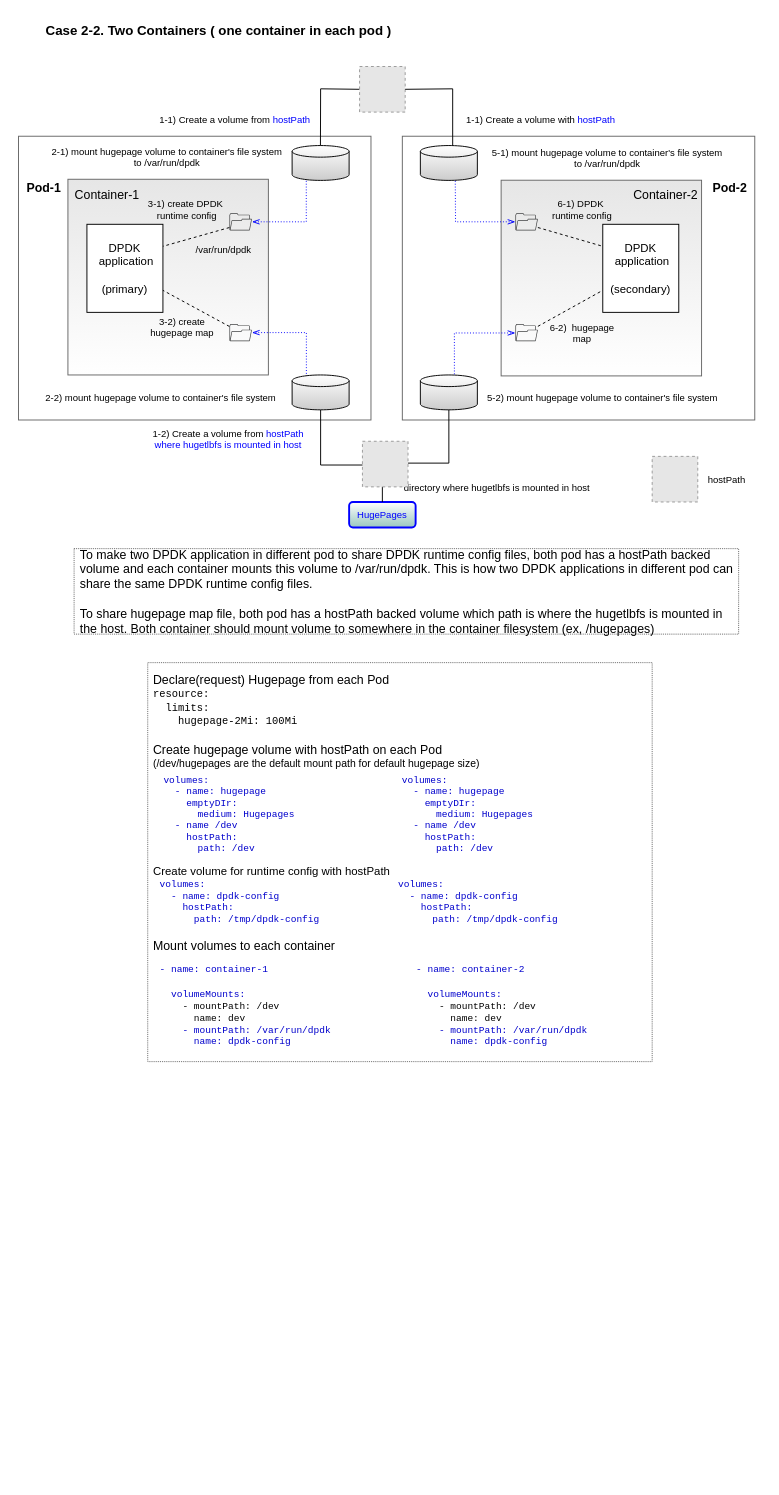
Earlier version of the draw.io diagram page "single container on each pod" (5 of 5) of dpdk multi-process.drawio (cychong47/how-to-share-hugepage-in-k8s). Source tidied: cells renumbered, new cells numbered last; positions are measured from the earlier drawing's top-left corner, leaving out a move shared by most shapes. Both pictures are drawn from the tidied source at 95%, with x=0, y=0 at pixel (18, 16). Pictures stored in the file or linked from it are replaced by grey dashed boxes.
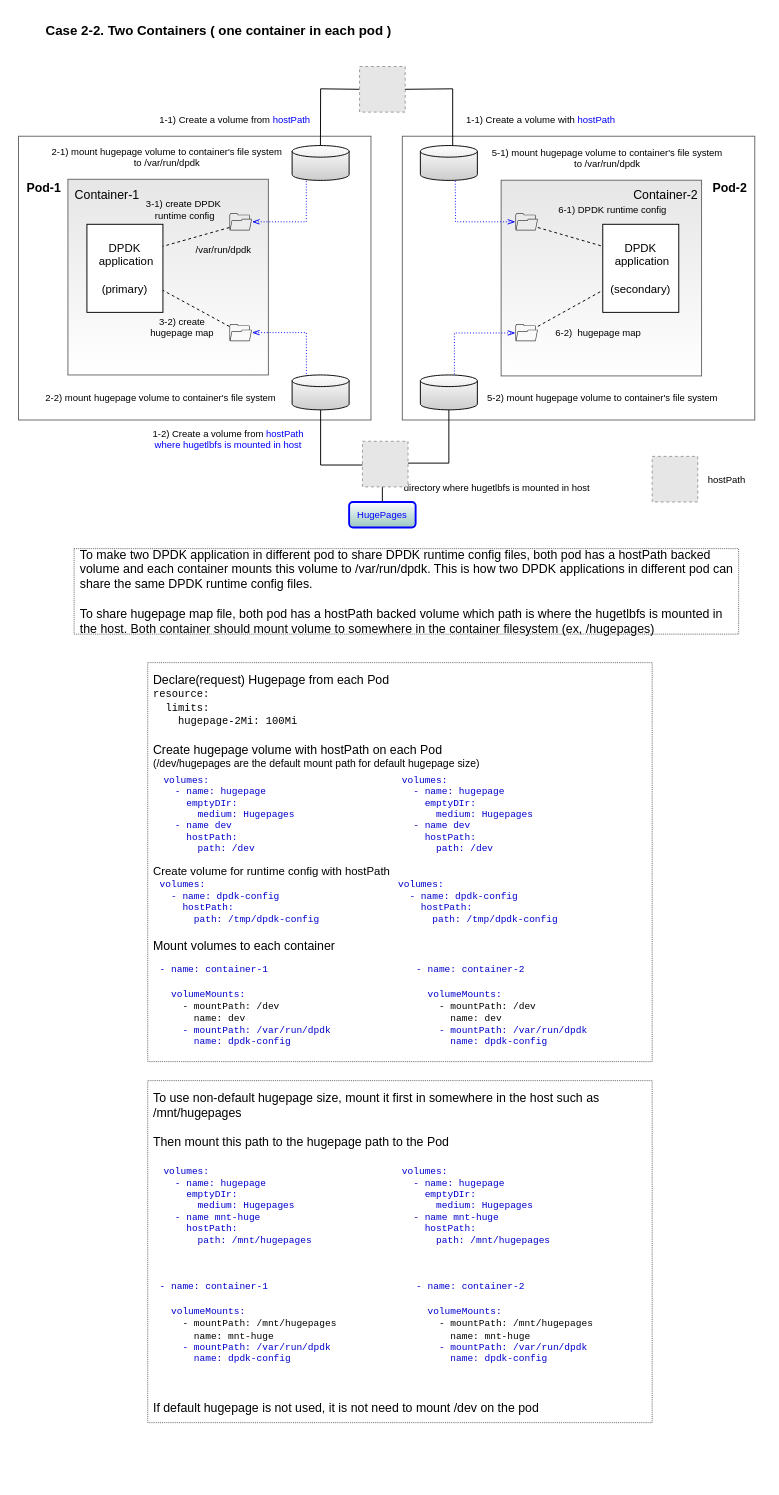
After the change.

Commit message (it also covers changes not shown here):
consider when non-default hugepage is used

The change refers to these unchanged cells:
```xml
<mxCell id="53" style="group;" parent="1" vertex="1">
  <mxGeometry x="136" y="680" width="531" height="420" as="geometry" />
</mxCell>
```

Change to the diagram source:
```diff
@@
-    <mxCell id="11" value="6-2) &amp;nbsp;hugepage&lt;br style=&quot;font-size: 10px&quot;&gt;map" style="text;html=1;strokeColor=none;fillColor=none;align=center;verticalAlign=middle;whiteSpace=wrap;rounded=0;fontColor=#000000;fontSize=10;" parent="1" vertex="1">
-      <mxGeometry x="553" y="317.2" width="81" height="30.9" as="geometry" />
+    <mxCell id="11" value="6-2) &amp;nbsp;hugepage&amp;nbsp;map" style="text;html=1;strokeColor=none;fillColor=none;align=center;verticalAlign=middle;whiteSpace=wrap;rounded=0;fontColor=#000000;fontSize=10;" parent="1" vertex="1">
+      <mxGeometry x="553" y="317.2" width="115" height="30.9" as="geometry" />
     </mxCell>
-    <mxCell id="12" value="6-1) DPDK&amp;nbsp;&lt;br style=&quot;font-size: 10px&quot;&gt;runtime&amp;nbsp;config" style="text;html=1;strokeColor=none;fillColor=none;align=center;verticalAlign=middle;whiteSpace=wrap;rounded=0;fontColor=#000000;fontSize=10;" parent="1" vertex="1">
-      <mxGeometry x="553" y="187.7" width="81" height="30.9" as="geometry" />
+    <mxCell id="12" value="6-1) DPDK runtime&amp;nbsp;config" style="text;html=1;strokeColor=none;fillColor=none;align=center;verticalAlign=middle;whiteSpace=wrap;rounded=0;fontColor=#000000;fontSize=10;" parent="1" vertex="1">
+      <mxGeometry x="553" y="187.7" width="145" height="30.9" as="geometry" />
     </mxCell>
@@
-    <mxCell id="14" value="3-1) create DPDK&amp;nbsp;&lt;br style=&quot;font-size: 10px&quot;&gt;runtime&amp;nbsp;config" style="text;html=1;strokeColor=none;fillColor=none;align=center;verticalAlign=middle;whiteSpace=wrap;rounded=0;fontSize=10;" parent="1" vertex="1">
-      <mxGeometry x="133" y="187.7" width="89" height="30.9" as="geometry" />
+    <mxCell id="14" value="3-1) create DPDK &amp;nbsp;runtime&amp;nbsp;config" style="text;html=1;strokeColor=none;fillColor=none;align=center;verticalAlign=middle;whiteSpace=wrap;rounded=0;fontSize=10;" parent="1" vertex="1">
+      <mxGeometry x="101.7" y="187.7" width="144" height="30.9" as="geometry" />
     </mxCell>
@@
-    <mxCell id="57" value="&lt;div style=&quot;font-style: normal ; font-weight: 400 ; letter-spacing: normal ; text-align: left ; text-indent: 0px ; text-transform: none ; word-spacing: 0px ; text-decoration: none ; font-size: 10px&quot;&gt;&lt;font color=&quot;#0000cc&quot;&gt;&lt;span&gt;volumes:&lt;/span&gt;&lt;/font&gt;&lt;/div&gt;&lt;div style=&quot;font-style: normal ; font-weight: 400 ; letter-spacing: normal ; text-align: left ; text-indent: 0px ; text-transform: none ; word-spacing: 0px ; text-decoration: none ; font-size: 10px&quot;&gt;&lt;font color=&quot;#0000cc&quot;&gt;&lt;span&gt;&amp;nbsp; - name: hugepage&lt;/span&gt;&lt;/font&gt;&lt;/div&gt;&lt;div style=&quot;font-style: normal ; font-weight: 400 ; letter-spacing: normal ; text-align: left ; text-indent: 0px ; text-transform: none ; word-spacing: 0px ; text-decoration: none ; font-size: 10px&quot;&gt;&lt;font color=&quot;#0000cc&quot;&gt;&lt;span&gt;&amp;nbsp; &amp;nbsp; emptyDIr:&lt;/span&gt;&lt;/font&gt;&lt;/div&gt;&lt;div style=&quot;font-style: normal ; font-weight: 400 ; letter-spacing: normal ; text-align: left ; text-indent: 0px ; text-transform: none ; word-spacing: 0px ; text-decoration: none ; font-size: 10px&quot;&gt;&lt;font color=&quot;#0000cc&quot;&gt;&lt;span&gt;&amp;nbsp; &amp;nbsp; &amp;nbsp; medium: Hugepages&lt;/span&gt;&lt;/font&gt;&lt;/div&gt;&lt;div style=&quot;font-style: normal ; font-weight: 400 ; letter-spacing: normal ; text-align: left ; text-indent: 0px ; text-transform: none ; word-spacing: 0px ; text-decoration: none ; font-size: 10px&quot;&gt;&lt;font color=&quot;#0000cc&quot;&gt;&lt;span&gt;&amp;nbsp; - name /dev&lt;/span&gt;&lt;/font&gt;&lt;/div&gt;&lt;div style=&quot;font-style: normal ; font-weight: 400 ; letter-spacing: normal ; text-align: left ; text-indent: 0px ; text-transform: none ; word-spacing: 0px ; text-decoration: none ; font-size: 10px&quot;&gt;&lt;font color=&quot;#0000cc&quot;&gt;&lt;span&gt;&amp;nbsp; &amp;nbsp; hostPath:&lt;/span&gt;&lt;/font&gt;&lt;/div&gt;&lt;div style=&quot;font-style: normal ; font-weight: 400 ; letter-spacing: normal ; text-align: left ; text-indent: 0px ; text-transform: none ; word-spacing: 0px ; text-decoration: none ; font-size: 10px&quot;&gt;&lt;font color=&quot;#0000cc&quot;&gt;&lt;span&gt;&amp;nbsp; &amp;nbsp; &amp;nbsp; path: /dev&lt;br&gt;&lt;/span&gt;&lt;/font&gt;&lt;/div&gt;" style="text;whiteSpace=wrap;html=1;fontSize=10;fontFamily=Courier New;fontColor=#000000;verticalAlign=top;" parent="53" vertex="1">
+    <mxCell id="57" value="&lt;div style=&quot;font-style: normal ; font-weight: 400 ; letter-spacing: normal ; text-align: left ; text-indent: 0px ; text-transform: none ; word-spacing: 0px ; text-decoration: none ; font-size: 10px&quot;&gt;&lt;font color=&quot;#0000cc&quot;&gt;&lt;span&gt;volumes:&lt;/span&gt;&lt;/font&gt;&lt;/div&gt;&lt;div style=&quot;font-style: normal ; font-weight: 400 ; letter-spacing: normal ; text-align: left ; text-indent: 0px ; text-transform: none ; word-spacing: 0px ; text-decoration: none ; font-size: 10px&quot;&gt;&lt;font color=&quot;#0000cc&quot;&gt;&lt;span&gt;&amp;nbsp; - name: hugepage&lt;/span&gt;&lt;/font&gt;&lt;/div&gt;&lt;div style=&quot;font-style: normal ; font-weight: 400 ; letter-spacing: normal ; text-align: left ; text-indent: 0px ; text-transform: none ; word-spacing: 0px ; text-decoration: none ; font-size: 10px&quot;&gt;&lt;font color=&quot;#0000cc&quot;&gt;&lt;span&gt;&amp;nbsp; &amp;nbsp; emptyDIr:&lt;/span&gt;&lt;/font&gt;&lt;/div&gt;&lt;div style=&quot;font-style: normal ; font-weight: 400 ; letter-spacing: normal ; text-align: left ; text-indent: 0px ; text-transform: none ; word-spacing: 0px ; text-decoration: none ; font-size: 10px&quot;&gt;&lt;font color=&quot;#0000cc&quot;&gt;&lt;span&gt;&amp;nbsp; &amp;nbsp; &amp;nbsp; medium: Hugepages&lt;/span&gt;&lt;/font&gt;&lt;/div&gt;&lt;div style=&quot;font-style: normal ; font-weight: 400 ; letter-spacing: normal ; text-align: left ; text-indent: 0px ; text-transform: none ; word-spacing: 0px ; text-decoration: none ; font-size: 10px&quot;&gt;&lt;font color=&quot;#0000cc&quot;&gt;&lt;span&gt;&amp;nbsp; - name dev&lt;/span&gt;&lt;/font&gt;&lt;/div&gt;&lt;div style=&quot;font-style: normal ; font-weight: 400 ; letter-spacing: normal ; text-align: left ; text-indent: 0px ; text-transform: none ; word-spacing: 0px ; text-decoration: none ; font-size: 10px&quot;&gt;&lt;font color=&quot;#0000cc&quot;&gt;&lt;span&gt;&amp;nbsp; &amp;nbsp; hostPath:&lt;/span&gt;&lt;/font&gt;&lt;/div&gt;&lt;div style=&quot;font-style: normal ; font-weight: 400 ; letter-spacing: normal ; text-align: left ; text-indent: 0px ; text-transform: none ; word-spacing: 0px ; text-decoration: none ; font-size: 10px&quot;&gt;&lt;font color=&quot;#0000cc&quot;&gt;&lt;span&gt;&amp;nbsp; &amp;nbsp; &amp;nbsp; path: /dev&lt;br&gt;&lt;/span&gt;&lt;/font&gt;&lt;/div&gt;" style="text;whiteSpace=wrap;html=1;fontSize=10;fontFamily=Courier New;fontColor=#000000;verticalAlign=top;" parent="53" vertex="1">
       <mxGeometry x="15" y="112" width="190" height="100" as="geometry" />
     </mxCell>
-    <mxCell id="58" value="&lt;div style=&quot;font-style: normal ; font-weight: 400 ; letter-spacing: normal ; text-align: left ; text-indent: 0px ; text-transform: none ; word-spacing: 0px ; text-decoration: none ; font-size: 10px&quot;&gt;&lt;font color=&quot;#0000cc&quot;&gt;&lt;span&gt;volumes:&lt;/span&gt;&lt;/font&gt;&lt;/div&gt;&lt;div style=&quot;font-style: normal ; font-weight: 400 ; letter-spacing: normal ; text-align: left ; text-indent: 0px ; text-transform: none ; word-spacing: 0px ; text-decoration: none ; font-size: 10px&quot;&gt;&lt;font color=&quot;#0000cc&quot;&gt;&lt;span&gt;&amp;nbsp; - name: hugepage&lt;/span&gt;&lt;/font&gt;&lt;/div&gt;&lt;div style=&quot;font-style: normal ; font-weight: 400 ; letter-spacing: normal ; text-align: left ; text-indent: 0px ; text-transform: none ; word-spacing: 0px ; text-decoration: none ; font-size: 10px&quot;&gt;&lt;font color=&quot;#0000cc&quot;&gt;&lt;span&gt;&amp;nbsp; &amp;nbsp; emptyDIr:&lt;/span&gt;&lt;/font&gt;&lt;/div&gt;&lt;div style=&quot;font-style: normal ; font-weight: 400 ; letter-spacing: normal ; text-align: left ; text-indent: 0px ; text-transform: none ; word-spacing: 0px ; text-decoration: none ; font-size: 10px&quot;&gt;&lt;font color=&quot;#0000cc&quot;&gt;&lt;span&gt;&amp;nbsp; &amp;nbsp; &amp;nbsp; medium: Hugepages&lt;/span&gt;&lt;/font&gt;&lt;/div&gt;&lt;div style=&quot;font-style: normal ; font-weight: 400 ; letter-spacing: normal ; text-align: left ; text-indent: 0px ; text-transform: none ; word-spacing: 0px ; text-decoration: none ; font-size: 10px&quot;&gt;&lt;font color=&quot;#0000cc&quot;&gt;&lt;span&gt;&amp;nbsp; - name /dev&lt;/span&gt;&lt;/font&gt;&lt;/div&gt;&lt;div style=&quot;font-style: normal ; font-weight: 400 ; letter-spacing: normal ; text-align: left ; text-indent: 0px ; text-transform: none ; word-spacing: 0px ; text-decoration: none ; font-size: 10px&quot;&gt;&lt;font color=&quot;#0000cc&quot;&gt;&lt;span&gt;&amp;nbsp; &amp;nbsp; hostPath:&lt;/span&gt;&lt;/font&gt;&lt;/div&gt;&lt;div style=&quot;font-style: normal ; font-weight: 400 ; letter-spacing: normal ; text-align: left ; text-indent: 0px ; text-transform: none ; word-spacing: 0px ; text-decoration: none ; font-size: 10px&quot;&gt;&lt;font color=&quot;#0000cc&quot;&gt;&lt;span&gt;&amp;nbsp; &amp;nbsp; &amp;nbsp; path: /dev&lt;/span&gt;&lt;/font&gt;&lt;/div&gt;" style="text;whiteSpace=wrap;html=1;fontSize=10;fontFamily=Courier New;fontColor=#000000;verticalAlign=top;" parent="53" vertex="1">
+    <mxCell id="58" value="&lt;div style=&quot;font-style: normal ; font-weight: 400 ; letter-spacing: normal ; text-align: left ; text-indent: 0px ; text-transform: none ; word-spacing: 0px ; text-decoration: none ; font-size: 10px&quot;&gt;&lt;font color=&quot;#0000cc&quot;&gt;&lt;span&gt;volumes:&lt;/span&gt;&lt;/font&gt;&lt;/div&gt;&lt;div style=&quot;font-style: normal ; font-weight: 400 ; letter-spacing: normal ; text-align: left ; text-indent: 0px ; text-transform: none ; word-spacing: 0px ; text-decoration: none ; font-size: 10px&quot;&gt;&lt;font color=&quot;#0000cc&quot;&gt;&lt;span&gt;&amp;nbsp; - name: hugepage&lt;/span&gt;&lt;/font&gt;&lt;/div&gt;&lt;div style=&quot;font-style: normal ; font-weight: 400 ; letter-spacing: normal ; text-align: left ; text-indent: 0px ; text-transform: none ; word-spacing: 0px ; text-decoration: none ; font-size: 10px&quot;&gt;&lt;font color=&quot;#0000cc&quot;&gt;&lt;span&gt;&amp;nbsp; &amp;nbsp; emptyDIr:&lt;/span&gt;&lt;/font&gt;&lt;/div&gt;&lt;div style=&quot;font-style: normal ; font-weight: 400 ; letter-spacing: normal ; text-align: left ; text-indent: 0px ; text-transform: none ; word-spacing: 0px ; text-decoration: none ; font-size: 10px&quot;&gt;&lt;font color=&quot;#0000cc&quot;&gt;&lt;span&gt;&amp;nbsp; &amp;nbsp; &amp;nbsp; medium: Hugepages&lt;/span&gt;&lt;/font&gt;&lt;/div&gt;&lt;div style=&quot;font-style: normal ; font-weight: 400 ; letter-spacing: normal ; text-align: left ; text-indent: 0px ; text-transform: none ; word-spacing: 0px ; text-decoration: none ; font-size: 10px&quot;&gt;&lt;font color=&quot;#0000cc&quot;&gt;&lt;span&gt;&amp;nbsp; - name dev&lt;/span&gt;&lt;/font&gt;&lt;/div&gt;&lt;div style=&quot;font-style: normal ; font-weight: 400 ; letter-spacing: normal ; text-align: left ; text-indent: 0px ; text-transform: none ; word-spacing: 0px ; text-decoration: none ; font-size: 10px&quot;&gt;&lt;font color=&quot;#0000cc&quot;&gt;&lt;span&gt;&amp;nbsp; &amp;nbsp; hostPath:&lt;/span&gt;&lt;/font&gt;&lt;/div&gt;&lt;div style=&quot;font-style: normal ; font-weight: 400 ; letter-spacing: normal ; text-align: left ; text-indent: 0px ; text-transform: none ; word-spacing: 0px ; text-decoration: none ; font-size: 10px&quot;&gt;&lt;font color=&quot;#0000cc&quot;&gt;&lt;span&gt;&amp;nbsp; &amp;nbsp; &amp;nbsp; path: /dev&lt;/span&gt;&lt;/font&gt;&lt;/div&gt;" style="text;whiteSpace=wrap;html=1;fontSize=10;fontFamily=Courier New;fontColor=#000000;verticalAlign=top;" parent="53" vertex="1">
       <mxGeometry x="266" y="112" width="190" height="100" as="geometry" />
     </mxCell>
@@
+    <mxCell id="61" style="group;" parent="1" vertex="1">
+      <mxGeometry x="136" y="1120" width="531" height="420" as="geometry" />
+    </mxCell>
+    <mxCell id="62" value="&lt;div&gt;&lt;font size=&quot;2&quot;&gt;To use non-default hugepage size, mount it first in somewhere in the host such as /mnt/hugepages&lt;/font&gt;&lt;/div&gt;&lt;div&gt;&lt;br&gt;&lt;/div&gt;&lt;div&gt;&lt;font size=&quot;2&quot;&gt;Then&amp;nbsp;mount this path to the hugepage path to the Pod&lt;/font&gt;&lt;/div&gt;&lt;div&gt;&lt;font size=&quot;2&quot;&gt;&lt;br&gt;&lt;/font&gt;&lt;/div&gt;&lt;div&gt;&lt;font size=&quot;2&quot;&gt;&lt;br&gt;&lt;/font&gt;&lt;/div&gt;&lt;div&gt;&lt;font size=&quot;2&quot;&gt;&lt;br&gt;&lt;/font&gt;&lt;/div&gt;&lt;div&gt;&lt;font size=&quot;2&quot;&gt;&lt;br&gt;&lt;/font&gt;&lt;/div&gt;&lt;div&gt;&lt;font size=&quot;2&quot;&gt;&lt;br&gt;&lt;/font&gt;&lt;/div&gt;&lt;div&gt;&lt;font size=&quot;2&quot;&gt;&lt;br&gt;&lt;/font&gt;&lt;/div&gt;&lt;div&gt;&lt;font size=&quot;2&quot;&gt;&lt;br&gt;&lt;/font&gt;&lt;/div&gt;&lt;div&gt;&lt;font size=&quot;2&quot;&gt;&lt;br&gt;&lt;/font&gt;&lt;/div&gt;&lt;div&gt;&lt;font size=&quot;2&quot;&gt;&lt;br&gt;&lt;/font&gt;&lt;/div&gt;&lt;div&gt;&lt;font size=&quot;2&quot;&gt;&lt;br&gt;&lt;/font&gt;&lt;/div&gt;&lt;div&gt;&lt;font size=&quot;2&quot;&gt;&lt;br&gt;&lt;/font&gt;&lt;/div&gt;&lt;div&gt;&lt;font size=&quot;2&quot;&gt;&lt;br&gt;&lt;/font&gt;&lt;/div&gt;&lt;div&gt;&lt;font size=&quot;2&quot;&gt;&lt;br&gt;&lt;/font&gt;&lt;/div&gt;&lt;div&gt;&lt;font size=&quot;2&quot;&gt;&lt;br&gt;&lt;/font&gt;&lt;/div&gt;&lt;div&gt;&lt;font size=&quot;2&quot;&gt;&lt;br&gt;&lt;/font&gt;&lt;/div&gt;&lt;div&gt;&lt;font size=&quot;2&quot;&gt;&lt;br&gt;&lt;/font&gt;&lt;/div&gt;&lt;div&gt;&lt;font size=&quot;2&quot;&gt;&lt;br&gt;&lt;/font&gt;&lt;/div&gt;&lt;div&gt;&lt;font size=&quot;2&quot;&gt;If default hugepage is not used, it is not need to mount /dev on the pod&lt;/font&gt;&lt;/div&gt;&lt;div&gt;&lt;br&gt;&lt;/div&gt;" style="text;html=1;strokeColor=#666666;fillColor=none;align=left;verticalAlign=top;whiteSpace=wrap;rounded=0;fontFamily=Helvetica;dashed=1;spacing=6;dashPattern=1 1;" parent="61" vertex="1">
+      <mxGeometry width="531" height="360" as="geometry" />
+    </mxCell>
+    <mxCell id="63" value="&lt;div style=&quot;color: rgb(0 , 0 , 0) ; font-family: &amp;#34;helvetica&amp;#34; ; font-style: normal ; font-weight: 400 ; letter-spacing: normal ; text-align: left ; text-indent: 0px ; text-transform: none ; word-spacing: 0px ; text-decoration: none ; font-size: 10px&quot;&gt;&lt;font color=&quot;#0000cc&quot; face=&quot;Courier New&quot; style=&quot;font-size: 10px&quot;&gt;- name: container-1&lt;/font&gt;&lt;/div&gt;&lt;div style=&quot;color: rgb(0 , 0 , 0) ; font-family: &amp;#34;helvetica&amp;#34; ; font-style: normal ; font-weight: 400 ; letter-spacing: normal ; text-align: left ; text-indent: 0px ; text-transform: none ; word-spacing: 0px ; text-decoration: none ; font-size: 10px&quot;&gt;&lt;font color=&quot;#0000cc&quot; face=&quot;Courier New&quot; style=&quot;font-size: 10px&quot;&gt;&lt;br&gt;&lt;/font&gt;&lt;/div&gt;&lt;div style=&quot;color: rgb(0 , 0 , 0) ; font-family: &amp;#34;helvetica&amp;#34; ; font-style: normal ; font-weight: 400 ; letter-spacing: normal ; text-align: left ; text-indent: 0px ; text-transform: none ; word-spacing: 0px ; text-decoration: none ; font-size: 10px&quot;&gt;&lt;font color=&quot;#0000cc&quot; face=&quot;Courier New&quot; style=&quot;font-size: 10px&quot;&gt;&amp;nbsp; volumeMounts:&lt;/font&gt;&lt;/div&gt;&lt;div style=&quot;font-family: &amp;#34;helvetica&amp;#34; ; font-style: normal ; font-weight: 400 ; letter-spacing: normal ; text-align: left ; text-indent: 0px ; text-transform: none ; word-spacing: 0px ; text-decoration: none ; font-size: 10px&quot;&gt;&lt;font face=&quot;Courier New&quot; style=&quot;font-size: 10px&quot;&gt;&amp;nbsp; &amp;nbsp; - mountPath: /mnt/hugepages&lt;/font&gt;&lt;/div&gt;&lt;div style=&quot;font-family: &amp;#34;helvetica&amp;#34; ; font-style: normal ; font-weight: 400 ; letter-spacing: normal ; text-align: left ; text-indent: 0px ; text-transform: none ; word-spacing: 0px ; text-decoration: none ; font-size: 10px&quot;&gt;&lt;font face=&quot;Courier New&quot; style=&quot;font-size: 10px&quot;&gt;&amp;nbsp; &amp;nbsp; &amp;nbsp; name: mnt-huge&lt;/font&gt;&lt;/div&gt;&lt;div style=&quot;font-style: normal ; font-weight: 400 ; letter-spacing: normal ; text-align: left ; text-indent: 0px ; text-transform: none ; word-spacing: 0px ; text-decoration: none ; font-size: 10px&quot;&gt;&lt;font color=&quot;#0000cc&quot;&gt;&lt;span&gt;&amp;nbsp; &amp;nbsp; - mountPath: /var/run/dpdk&lt;/span&gt;&lt;/font&gt;&lt;/div&gt;&lt;div style=&quot;font-style: normal ; font-weight: 400 ; letter-spacing: normal ; text-align: left ; text-indent: 0px ; text-transform: none ; word-spacing: 0px ; text-decoration: none ; font-size: 10px&quot;&gt;&lt;font color=&quot;#0000cc&quot;&gt;&lt;span&gt;&amp;nbsp; &amp;nbsp; &amp;nbsp; name: dpdk-config&lt;/span&gt;&lt;/font&gt;&lt;/div&gt;" style="text;whiteSpace=wrap;html=1;fontSize=10;fontFamily=Courier New;fontColor=#000000;verticalAlign=top;" parent="61" vertex="1">
+      <mxGeometry x="11" y="204" width="190" height="110" as="geometry" />
+    </mxCell>
+    <mxCell id="64" value="&lt;div style=&quot;color: rgb(0 , 0 , 0) ; font-family: &amp;#34;helvetica&amp;#34; ; font-style: normal ; font-weight: 400 ; letter-spacing: normal ; text-align: left ; text-indent: 0px ; text-transform: none ; word-spacing: 0px ; text-decoration: none ; font-size: 10px&quot;&gt;&lt;div&gt;&lt;font color=&quot;#0000cc&quot; face=&quot;Courier New&quot;&gt;- name: container-2&lt;/font&gt;&lt;/div&gt;&lt;div&gt;&lt;font color=&quot;#0000cc&quot; face=&quot;Courier New&quot;&gt;&lt;br&gt;&lt;/font&gt;&lt;/div&gt;&lt;div&gt;&lt;font color=&quot;#0000cc&quot; face=&quot;Courier New&quot;&gt;&amp;nbsp; volumeMounts:&lt;/font&gt;&lt;/div&gt;&lt;div&gt;&lt;font face=&quot;Courier New&quot;&gt;&amp;nbsp; &amp;nbsp; - mountPath: /mnt/hugepages&lt;/font&gt;&lt;/div&gt;&lt;div&gt;&lt;font face=&quot;Courier New&quot;&gt;&amp;nbsp; &amp;nbsp; &amp;nbsp; name: mnt-huge&lt;/font&gt;&lt;/div&gt;&lt;div style=&quot;font-family: &amp;#34;courier new&amp;#34;&quot;&gt;&lt;font color=&quot;#0000cc&quot;&gt;&amp;nbsp; &amp;nbsp; - mountPath: /var/run/dpdk&lt;/font&gt;&lt;/div&gt;&lt;div style=&quot;font-family: &amp;#34;courier new&amp;#34;&quot;&gt;&lt;font color=&quot;#0000cc&quot;&gt;&amp;nbsp; &amp;nbsp; &amp;nbsp; name: dpdk-config&lt;/font&gt;&lt;/div&gt;&lt;/div&gt;" style="text;whiteSpace=wrap;html=1;fontSize=10;fontFamily=Courier New;fontColor=#000000;verticalAlign=top;" parent="61" vertex="1">
+      <mxGeometry x="281" y="204" width="190" height="110" as="geometry" />
+    </mxCell>
+    <mxCell id="65" value="&lt;div style=&quot;font-style: normal ; font-weight: 400 ; letter-spacing: normal ; text-align: left ; text-indent: 0px ; text-transform: none ; word-spacing: 0px ; text-decoration: none ; font-size: 10px&quot;&gt;&lt;font color=&quot;#0000cc&quot;&gt;&lt;span&gt;volumes:&lt;/span&gt;&lt;/font&gt;&lt;/div&gt;&lt;div style=&quot;font-style: normal ; font-weight: 400 ; letter-spacing: normal ; text-align: left ; text-indent: 0px ; text-transform: none ; word-spacing: 0px ; text-decoration: none ; font-size: 10px&quot;&gt;&lt;font color=&quot;#0000cc&quot;&gt;&lt;span&gt;&amp;nbsp; - name: hugepage&lt;/span&gt;&lt;/font&gt;&lt;/div&gt;&lt;div style=&quot;font-style: normal ; font-weight: 400 ; letter-spacing: normal ; text-align: left ; text-indent: 0px ; text-transform: none ; word-spacing: 0px ; text-decoration: none ; font-size: 10px&quot;&gt;&lt;font color=&quot;#0000cc&quot;&gt;&lt;span&gt;&amp;nbsp; &amp;nbsp; emptyDIr:&lt;/span&gt;&lt;/font&gt;&lt;/div&gt;&lt;div style=&quot;font-style: normal ; font-weight: 400 ; letter-spacing: normal ; text-align: left ; text-indent: 0px ; text-transform: none ; word-spacing: 0px ; text-decoration: none ; font-size: 10px&quot;&gt;&lt;font color=&quot;#0000cc&quot;&gt;&lt;span&gt;&amp;nbsp; &amp;nbsp; &amp;nbsp; medium: Hugepages&lt;/span&gt;&lt;/font&gt;&lt;/div&gt;&lt;div style=&quot;font-style: normal ; font-weight: 400 ; letter-spacing: normal ; text-align: left ; text-indent: 0px ; text-transform: none ; word-spacing: 0px ; text-decoration: none ; font-size: 10px&quot;&gt;&lt;font color=&quot;#0000cc&quot;&gt;&lt;span&gt;&amp;nbsp; - name mnt-huge&lt;/span&gt;&lt;/font&gt;&lt;/div&gt;&lt;div style=&quot;font-style: normal ; font-weight: 400 ; letter-spacing: normal ; text-align: left ; text-indent: 0px ; text-transform: none ; word-spacing: 0px ; text-decoration: none ; font-size: 10px&quot;&gt;&lt;font color=&quot;#0000cc&quot;&gt;&lt;span&gt;&amp;nbsp; &amp;nbsp; hostPath:&lt;/span&gt;&lt;/font&gt;&lt;/div&gt;&lt;div style=&quot;font-style: normal ; font-weight: 400 ; letter-spacing: normal ; text-align: left ; text-indent: 0px ; text-transform: none ; word-spacing: 0px ; text-decoration: none ; font-size: 10px&quot;&gt;&lt;font color=&quot;#0000cc&quot;&gt;&lt;span&gt;&amp;nbsp; &amp;nbsp; &amp;nbsp; path: /mnt/hugepages&lt;br&gt;&lt;/span&gt;&lt;/font&gt;&lt;/div&gt;" style="text;whiteSpace=wrap;html=1;fontSize=10;fontFamily=Courier New;fontColor=#000000;verticalAlign=top;" parent="61" vertex="1">
+      <mxGeometry x="15" y="84" width="190" height="100" as="geometry" />
+    </mxCell>
+    <mxCell id="66" value="&lt;div style=&quot;font-style: normal ; font-weight: 400 ; letter-spacing: normal ; text-align: left ; text-indent: 0px ; text-transform: none ; word-spacing: 0px ; text-decoration: none ; font-size: 10px&quot;&gt;&lt;div&gt;&lt;font color=&quot;#0000cc&quot;&gt;volumes:&lt;/font&gt;&lt;/div&gt;&lt;div&gt;&lt;font color=&quot;#0000cc&quot;&gt;&amp;nbsp; - name: hugepage&lt;/font&gt;&lt;/div&gt;&lt;div&gt;&lt;font color=&quot;#0000cc&quot;&gt;&amp;nbsp; &amp;nbsp; emptyDIr:&lt;/font&gt;&lt;/div&gt;&lt;div&gt;&lt;font color=&quot;#0000cc&quot;&gt;&amp;nbsp; &amp;nbsp; &amp;nbsp; medium: Hugepages&lt;/font&gt;&lt;/div&gt;&lt;div&gt;&lt;font color=&quot;#0000cc&quot;&gt;&amp;nbsp; - name mnt-huge&lt;/font&gt;&lt;/div&gt;&lt;div&gt;&lt;font color=&quot;#0000cc&quot;&gt;&amp;nbsp; &amp;nbsp; hostPath:&lt;/font&gt;&lt;/div&gt;&lt;div&gt;&lt;font color=&quot;#0000cc&quot;&gt;&amp;nbsp; &amp;nbsp; &amp;nbsp; path: /mnt/hugepages&lt;/font&gt;&lt;/div&gt;&lt;/div&gt;" style="text;whiteSpace=wrap;html=1;fontSize=10;fontFamily=Courier New;fontColor=#000000;verticalAlign=top;" parent="61" vertex="1">
+      <mxGeometry x="266" y="84" width="190" height="100" as="geometry" />
+    </mxCell>
```
